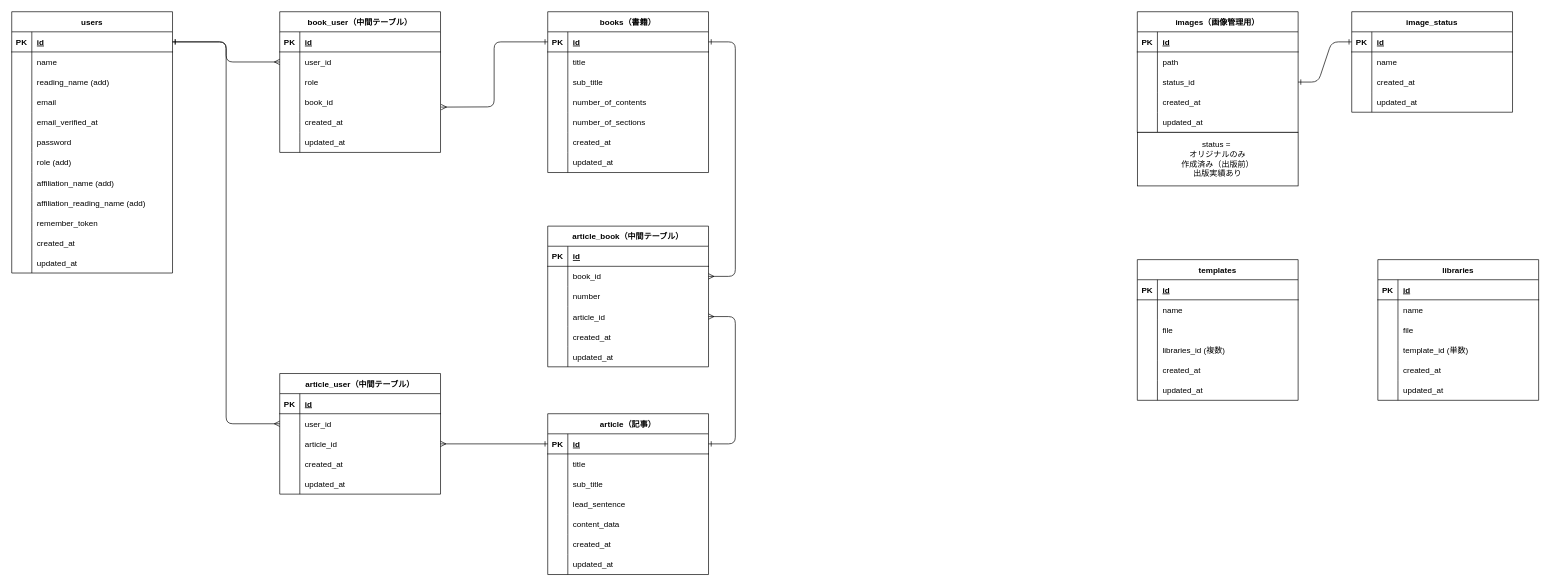
Above: _documents/BookWriterDB.drawio in nishi3da/book-writer (draw.io), before the change. Source tidied: cells renumbered, new cells numbered last; positions are measured from the earlier drawing's top-left corner, leaving out a move shared by most shapes. Both pictures are drawn from the tidied source at 67%, with x=0, y=0 at pixel (11, 11).
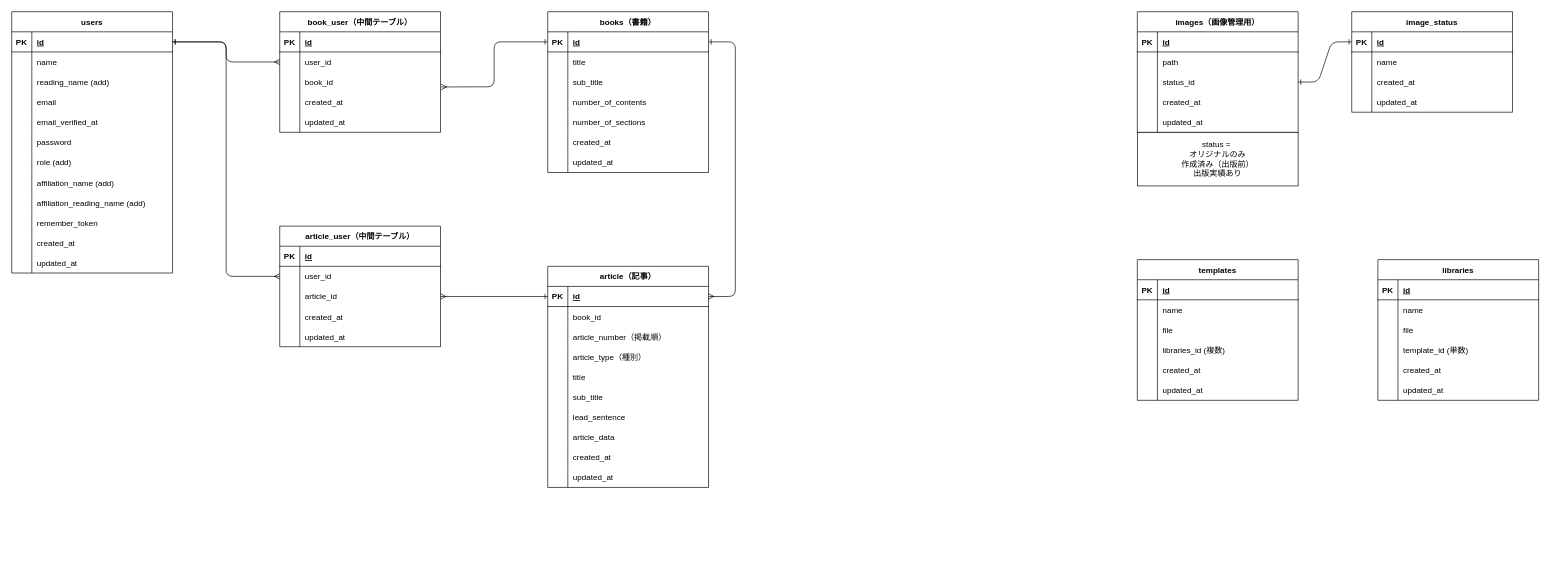
Above is the later version.

Commit message:
DB仕様書更新

Unchanged cells that the change refers to:
```xml
<mxCell id="3" style="shape=tableRow;horizontal=0;startSize=0;swimlaneHead=0;swimlaneBody=0;fillColor=none;points=[[0,0.5],[1,0.5]];portConstraint=eastwest;top=0;left=0;right=0;bottom=1;strokeColor=default;" parent="2" vertex="1">
  <mxGeometry y="30" width="240" height="30" as="geometry" />
</mxCell>
<mxCell id="81" style="shape=tableRow;horizontal=0;startSize=0;swimlaneHead=0;swimlaneBody=0;fillColor=none;points=[[0,0.5],[1,0.5]];portConstraint=eastwest;top=0;left=0;right=0;bottom=0;strokeColor=default;" parent="77" vertex="1">
  <mxGeometry y="60" width="240" height="30" as="geometry" />
</mxCell>
<mxCell id="94" style="shape=tableRow;horizontal=0;startSize=0;swimlaneHead=0;swimlaneBody=0;fillColor=none;points=[[0,0.5],[1,0.5]];portConstraint=eastwest;top=0;left=0;right=0;bottom=1;strokeColor=default;" parent="93" vertex="1">
  <mxGeometry y="30" width="240" height="30" as="geometry" />
</mxCell>
<mxCell id="116" style="shape=tableRow;horizontal=0;startSize=0;swimlaneHead=0;swimlaneBody=0;fillColor=none;points=[[0,0.5],[1,0.5]];portConstraint=eastwest;top=0;left=0;right=0;bottom=1;strokeColor=default;" parent="115" vertex="1">
  <mxGeometry y="30" width="240" height="30" as="geometry" />
</mxCell>
<mxCell id="119" style="shape=tableRow;horizontal=0;startSize=0;swimlaneHead=0;swimlaneBody=0;fillColor=none;top=0;left=0;right=0;bottom=0;strokeColor=default;" parent="115" vertex="1">
  <mxGeometry y="60" width="240" height="30" as="geometry" />
</mxCell>
```

Change to the diagram source:
```diff
@@
     <mxCell id="39" value="book_user（中間テーブル）" style="shape=table;startSize=30;childLayout=tableLayout;rowLines=0;fontStyle=1;align=center;strokeColor=default;" parent="1" vertex="1">
-      <mxGeometry x="400" width="240" height="210" as="geometry" />
+      <mxGeometry x="400" width="240" height="180" as="geometry" />
     </mxCell>
@@
-    <mxCell id="46" style="shape=tableRow;horizontal=0;startSize=0;swimlaneHead=0;swimlaneBody=0;fillColor=none;top=0;left=0;right=0;bottom=0;strokeColor=default;" parent="39" vertex="1">
-      <mxGeometry y="90" width="240" height="30" as="geometry" />
-    </mxCell>
-    <mxCell id="47" style="shape=partialRectangle;fillColor=none;top=0;left=0;bottom=0;right=0;overflow=hidden;strokeColor=default;" parent="46" vertex="1">
-      <mxGeometry width="30" height="30" as="geometry" />
-    </mxCell>
-    <mxCell id="48" value="role" style="shape=partialRectangle;fillColor=none;top=0;left=0;bottom=0;right=0;align=left;spacingLeft=6;overflow=hidden;strokeColor=default;" parent="46" vertex="1">
-      <mxGeometry x="30" width="210" height="30" as="geometry" />
-    </mxCell>
     <mxCell id="49" style="shape=tableRow;horizontal=0;startSize=0;swimlaneHead=0;swimlaneBody=0;fillColor=none;points=[[0,0.5],[1,0.5]];portConstraint=eastwest;top=0;left=0;right=0;bottom=0;strokeColor=default;" parent="39" vertex="1">
-      <mxGeometry y="120" width="240" height="30" as="geometry" />
+      <mxGeometry y="90" width="240" height="30" as="geometry" />
     </mxCell>
@@
     <mxCell id="52" style="shape=tableRow;horizontal=0;startSize=0;swimlaneHead=0;swimlaneBody=0;fillColor=none;top=0;left=0;right=0;bottom=0;strokeColor=default;" parent="39" vertex="1">
-      <mxGeometry y="150" width="240" height="30" as="geometry" />
+      <mxGeometry y="120" width="240" height="30" as="geometry" />
     </mxCell>
@@
     <mxCell id="55" style="shape=tableRow;horizontal=0;startSize=0;swimlaneHead=0;swimlaneBody=0;fillColor=none;top=0;left=0;right=0;bottom=0;strokeColor=default;" parent="39" vertex="1">
-      <mxGeometry y="180" width="240" height="30" as="geometry" />
+      <mxGeometry y="150" width="240" height="30" as="geometry" />
     </mxCell>
@@
-    <mxCell id="58" value="article_book（中間テーブル）" style="shape=table;startSize=30;childLayout=tableLayout;rowLines=0;fontStyle=1;align=center;strokeColor=default;" parent="1" vertex="1">
-      <mxGeometry x="800" y="320" width="240" height="210" as="geometry" />
-    </mxCell>
-    <mxCell id="59" style="shape=tableRow;horizontal=0;startSize=0;swimlaneHead=0;swimlaneBody=0;fillColor=none;top=0;left=0;right=0;bottom=1;strokeColor=default;" parent="58" vertex="1">
-      <mxGeometry y="30" width="240" height="30" as="geometry" />
-    </mxCell>
-    <mxCell id="60" value="PK" style="shape=partialRectangle;fillColor=none;top=0;left=0;bottom=0;right=0;fontStyle=1;overflow=hidden;strokeColor=default;" parent="59" vertex="1">
-      <mxGeometry width="30" height="30" as="geometry" />
-    </mxCell>
-    <mxCell id="61" value="id" style="shape=partialRectangle;fillColor=none;top=0;left=0;bottom=0;right=0;align=left;spacingLeft=6;fontStyle=5;overflow=hidden;strokeColor=default;" parent="59" vertex="1">
-      <mxGeometry x="30" width="210" height="30" as="geometry" />
-    </mxCell>
-    <mxCell id="62" style="shape=tableRow;horizontal=0;startSize=0;swimlaneHead=0;swimlaneBody=0;fillColor=none;points=[[0,0.5],[1,0.5]];portConstraint=eastwest;top=0;left=0;right=0;bottom=0;strokeColor=default;" parent="58" vertex="1">
-      <mxGeometry y="60" width="240" height="30" as="geometry" />
-    </mxCell>
-    <mxCell id="63" style="shape=partialRectangle;fillColor=none;top=0;left=0;bottom=0;right=0;overflow=hidden;strokeColor=default;" parent="62" vertex="1">
-      <mxGeometry width="30" height="30" as="geometry" />
-    </mxCell>
-    <mxCell id="64" value="book_id" style="shape=partialRectangle;fillColor=none;top=0;left=0;bottom=0;right=0;align=left;spacingLeft=6;overflow=hidden;strokeColor=default;" parent="62" vertex="1">
-      <mxGeometry x="30" width="210" height="30" as="geometry" />
-    </mxCell>
-    <mxCell id="65" style="shape=tableRow;horizontal=0;startSize=0;swimlaneHead=0;swimlaneBody=0;fillColor=none;top=0;left=0;right=0;bottom=0;strokeColor=default;" parent="58" vertex="1">
-      <mxGeometry y="90" width="240" height="30" as="geometry" />
-    </mxCell>
-    <mxCell id="66" style="shape=partialRectangle;fillColor=none;top=0;left=0;bottom=0;right=0;overflow=hidden;strokeColor=default;" parent="65" vertex="1">
-      <mxGeometry width="30" height="30" as="geometry" />
-    </mxCell>
-    <mxCell id="67" value="number" style="shape=partialRectangle;fillColor=none;top=0;left=0;bottom=0;right=0;align=left;spacingLeft=6;overflow=hidden;strokeColor=default;" parent="65" vertex="1">
-      <mxGeometry x="30" width="210" height="30" as="geometry" />
-    </mxCell>
-    <mxCell id="68" style="shape=tableRow;horizontal=0;startSize=0;swimlaneHead=0;swimlaneBody=0;fillColor=none;points=[[0,0.5],[1,0.5]];portConstraint=eastwest;top=0;left=0;right=0;bottom=0;strokeColor=default;" parent="58" vertex="1">
-      <mxGeometry y="120" width="240" height="30" as="geometry" />
-    </mxCell>
-    <mxCell id="69" style="shape=partialRectangle;fillColor=none;top=0;left=0;bottom=0;right=0;overflow=hidden;strokeColor=default;" parent="68" vertex="1">
-      <mxGeometry width="30" height="30" as="geometry" />
-    </mxCell>
-    <mxCell id="70" value="article_id" style="shape=partialRectangle;fillColor=none;top=0;left=0;bottom=0;right=0;align=left;spacingLeft=6;overflow=hidden;strokeColor=default;" parent="68" vertex="1">
-      <mxGeometry x="30" width="210" height="30" as="geometry" />
-    </mxCell>
-    <mxCell id="71" style="shape=tableRow;horizontal=0;startSize=0;swimlaneHead=0;swimlaneBody=0;fillColor=none;top=0;left=0;right=0;bottom=0;strokeColor=default;" parent="58" vertex="1">
-      <mxGeometry y="150" width="240" height="30" as="geometry" />
-    </mxCell>
-    <mxCell id="72" style="shape=partialRectangle;fillColor=none;top=0;left=0;bottom=0;right=0;overflow=hidden;strokeColor=default;" parent="71" vertex="1">
-      <mxGeometry width="30" height="30" as="geometry" />
-    </mxCell>
-    <mxCell id="73" value="created_at" style="shape=partialRectangle;fillColor=none;top=0;left=0;bottom=0;right=0;align=left;spacingLeft=6;overflow=hidden;strokeColor=default;" parent="71" vertex="1">
-      <mxGeometry x="30" width="210" height="30" as="geometry" />
-    </mxCell>
-    <mxCell id="74" style="shape=tableRow;horizontal=0;startSize=0;swimlaneHead=0;swimlaneBody=0;fillColor=none;top=0;left=0;right=0;bottom=0;strokeColor=default;" parent="58" vertex="1">
-      <mxGeometry y="180" width="240" height="30" as="geometry" />
-    </mxCell>
-    <mxCell id="75" style="shape=partialRectangle;fillColor=none;top=0;left=0;bottom=0;right=0;overflow=hidden;strokeColor=default;" parent="74" vertex="1">
-      <mxGeometry width="30" height="30" as="geometry" />
-    </mxCell>
-    <mxCell id="76" value="updated_at" style="shape=partialRectangle;fillColor=none;top=0;left=0;bottom=0;right=0;align=left;spacingLeft=6;overflow=hidden;strokeColor=default;" parent="74" vertex="1">
-      <mxGeometry x="30" width="210" height="30" as="geometry" />
-    </mxCell>
     <mxCell id="77" value="article_user（中間テーブル）" style="shape=table;startSize=30;childLayout=tableLayout;rowLines=0;fontStyle=1;align=center;strokeColor=default;" parent="1" vertex="1">
-      <mxGeometry x="400" y="540" width="240" height="180" as="geometry" />
+      <mxGeometry x="400" y="320" width="240" height="180" as="geometry" />
     </mxCell>
@@
     <mxCell id="115" value="article（記事）" style="shape=table;startSize=30;childLayout=tableLayout;rowLines=0;fontStyle=1;align=center;strokeColor=default;" parent="1" vertex="1">
-      <mxGeometry x="800" y="600" width="240" height="240" as="geometry" />
+      <mxGeometry x="800" y="380" width="240" height="330" as="geometry" />
     </mxCell>
@@
-    <mxCell id="121" value="title" style="shape=partialRectangle;fillColor=none;top=0;left=0;bottom=0;right=0;align=left;spacingLeft=6;overflow=hidden;strokeColor=default;" parent="119" vertex="1">
+    <mxCell id="121" value="book_id" style="shape=partialRectangle;fillColor=none;top=0;left=0;bottom=0;right=0;align=left;spacingLeft=6;overflow=hidden;strokeColor=default;" parent="119" vertex="1">
       <mxGeometry x="30" width="210" height="30" as="geometry" />
     </mxCell>
+    <mxCell id="212" style="shape=tableRow;horizontal=0;startSize=0;swimlaneHead=0;swimlaneBody=0;fillColor=none;top=0;left=0;right=0;bottom=0;strokeColor=default;" parent="115" vertex="1">
+      <mxGeometry y="90" width="240" height="30" as="geometry" />
+    </mxCell>
+    <mxCell id="213" style="shape=partialRectangle;fillColor=none;top=0;left=0;bottom=0;right=0;overflow=hidden;strokeColor=default;" parent="212" vertex="1">
+      <mxGeometry width="30" height="30" as="geometry" />
+    </mxCell>
+    <mxCell id="214" value="article_number（掲載順）" style="shape=partialRectangle;fillColor=none;top=0;left=0;bottom=0;right=0;align=left;spacingLeft=6;overflow=hidden;strokeColor=default;" parent="212" vertex="1">
+      <mxGeometry x="30" width="210" height="30" as="geometry" />
+    </mxCell>
+    <mxCell id="68" style="shape=tableRow;horizontal=0;startSize=0;swimlaneHead=0;swimlaneBody=0;fillColor=none;points=[[0,0.5],[1,0.5]];portConstraint=eastwest;top=0;left=0;right=0;bottom=0;strokeColor=default;" parent="115" vertex="1">
+      <mxGeometry y="120" width="240" height="30" as="geometry" />
+    </mxCell>
+    <mxCell id="215" style="shape=partialRectangle;fillColor=none;top=0;left=0;bottom=0;right=0;overflow=hidden;strokeColor=default;" parent="68" vertex="1">
+      <mxGeometry width="30" height="30" as="geometry" />
+    </mxCell>
+    <mxCell id="216" value="article_type（種別）" style="shape=partialRectangle;fillColor=none;top=0;left=0;bottom=0;right=0;align=left;spacingLeft=6;overflow=hidden;strokeColor=default;" parent="68" vertex="1">
+      <mxGeometry x="30" width="210" height="30" as="geometry" />
+    </mxCell>
+    <mxCell id="71" style="shape=tableRow;horizontal=0;startSize=0;swimlaneHead=0;swimlaneBody=0;fillColor=none;top=0;left=0;right=0;bottom=0;strokeColor=default;" parent="115" vertex="1">
+      <mxGeometry y="150" width="240" height="30" as="geometry" />
+    </mxCell>
+    <mxCell id="217" style="shape=partialRectangle;fillColor=none;top=0;left=0;bottom=0;right=0;overflow=hidden;strokeColor=default;" parent="71" vertex="1">
+      <mxGeometry width="30" height="30" as="geometry" />
+    </mxCell>
+    <mxCell id="218" value="title" style="shape=partialRectangle;fillColor=none;top=0;left=0;bottom=0;right=0;align=left;spacingLeft=6;overflow=hidden;strokeColor=default;" parent="71" vertex="1">
+      <mxGeometry x="30" width="210" height="30" as="geometry" />
+    </mxCell>
     <mxCell id="122" style="shape=tableRow;horizontal=0;startSize=0;swimlaneHead=0;swimlaneBody=0;fillColor=none;top=0;left=0;right=0;bottom=0;strokeColor=default;" parent="115" vertex="1">
-      <mxGeometry y="90" width="240" height="30" as="geometry" />
+      <mxGeometry y="180" width="240" height="30" as="geometry" />
     </mxCell>
@@
     <mxCell id="125" style="shape=tableRow;horizontal=0;startSize=0;swimlaneHead=0;swimlaneBody=0;fillColor=none;top=0;left=0;right=0;bottom=0;strokeColor=default;" parent="115" vertex="1">
-      <mxGeometry y="120" width="240" height="30" as="geometry" />
+      <mxGeometry y="210" width="240" height="30" as="geometry" />
     </mxCell>
@@
     <mxCell id="128" style="shape=tableRow;horizontal=0;startSize=0;swimlaneHead=0;swimlaneBody=0;fillColor=none;top=0;left=0;right=0;bottom=0;strokeColor=default;" parent="115" vertex="1">
-      <mxGeometry y="150" width="240" height="30" as="geometry" />
+      <mxGeometry y="240" width="240" height="30" as="geometry" />
     </mxCell>
@@
-    <mxCell id="130" value="content_data" style="shape=partialRectangle;fillColor=none;top=0;left=0;bottom=0;right=0;align=left;spacingLeft=6;overflow=hidden;strokeColor=default;" parent="128" vertex="1">
+    <mxCell id="130" value="article_data" style="shape=partialRectangle;fillColor=none;top=0;left=0;bottom=0;right=0;align=left;spacingLeft=6;overflow=hidden;strokeColor=default;" parent="128" vertex="1">
       <mxGeometry x="30" width="210" height="30" as="geometry" />
     </mxCell>
     <mxCell id="131" style="shape=tableRow;horizontal=0;startSize=0;swimlaneHead=0;swimlaneBody=0;fillColor=none;top=0;left=0;right=0;bottom=0;strokeColor=default;" parent="115" vertex="1">
-      <mxGeometry y="180" width="240" height="30" as="geometry" />
+      <mxGeometry y="270" width="240" height="30" as="geometry" />
     </mxCell>
@@
     <mxCell id="134" style="shape=tableRow;horizontal=0;startSize=0;swimlaneHead=0;swimlaneBody=0;fillColor=none;top=0;left=0;right=0;bottom=0;strokeColor=default;" parent="115" vertex="1">
-      <mxGeometry y="210" width="240" height="30" as="geometry" />
+      <mxGeometry y="300" width="240" height="30" as="geometry" />
     </mxCell>
@@
     <mxCell id="207" style="endArrow=ERmany;startArrow=ERone;html=1;exitX=1;exitY=0.5;exitDx=0;exitDy=0;entryX=0;entryY=0.5;entryDx=0;entryDy=0;endFill=0;startFill=0;" parent="1" edge="1" source="3" target="81">
       <mxGeometry relative="1" as="geometry">
         <Array as="points">
           <mxPoint x="320" y="45" />
-          <mxPoint x="320" y="615" />
+          <mxPoint x="320" y="395" />
         </Array>
       </mxGeometry>
     </mxCell>
     <mxCell id="208" style="endArrow=ERmany;startArrow=ERone;html=1;exitX=0;exitY=0.5;exitDx=0;exitDy=0;entryX=1.004;entryY=0.745;entryDx=0;entryDy=0;endFill=0;startFill=0;entryPerimeter=0;" parent="1" edge="1" source="94" target="49">
       <mxGeometry relative="1" as="geometry">
         <Array as="points">
           <mxPoint x="720" y="45" />
-          <mxPoint x="720" y="142" />
+          <mxPoint x="720" y="112" />
         </Array>
       </mxGeometry>
     </mxCell>
-    <mxCell id="209" style="endArrow=ERmany;startArrow=ERone;html=1;exitX=1;exitY=0.5;exitDx=0;exitDy=0;entryX=1;entryY=0.5;entryDx=0;entryDy=0;endFill=0;startFill=0;" parent="1" edge="1" source="94" target="62">
-      <mxGeometry relative="1" as="geometry">
-        <Array as="points">
-          <mxPoint x="1080" y="45" />
-          <mxPoint x="1080" y="395" />
-        </Array>
-      </mxGeometry>
-    </mxCell>
-    <mxCell id="210" style="endArrow=ERmany;startArrow=ERone;html=1;entryX=1;entryY=0.5;entryDx=0;entryDy=0;endFill=0;startFill=0;exitX=1;exitY=0.5;exitDx=0;exitDy=0;" parent="1" edge="1" source="116" target="68">
+    <mxCell id="210" style="endArrow=ERone;startArrow=ERmany;html=1;entryX=1;entryY=0.5;entryDx=0;entryDy=0;endFill=0;startFill=0;exitX=1;exitY=0.5;exitDx=0;exitDy=0;" parent="1" edge="1" source="116" target="94">
       <mxGeometry relative="1" as="geometry">
         <Array as="points">
-          <mxPoint x="1080" y="645" />
-          <mxPoint x="1080" y="455" />
+          <mxPoint x="1080" y="425" />
+          <mxPoint x="1080" y="45" />
         </Array>
       </mxGeometry>
     </mxCell>
```
